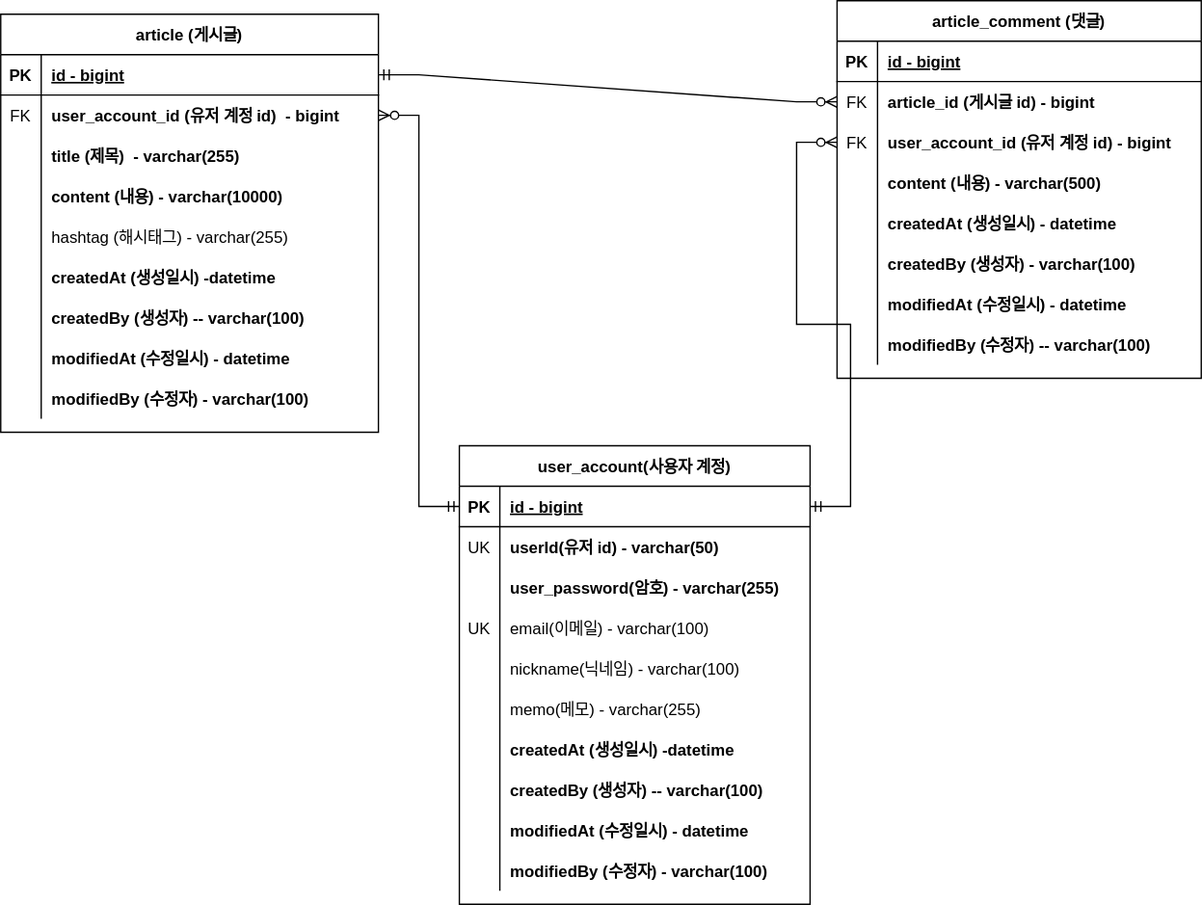
dpwns523/project-board keeps this draw.io diagram as document/project-board-erd.svg. Above is the earlier version. Source tidied: cells renumbered, new cells last; positions are measured from the earlier drawing's top-left corner, leaving out a move shared by most shapes.
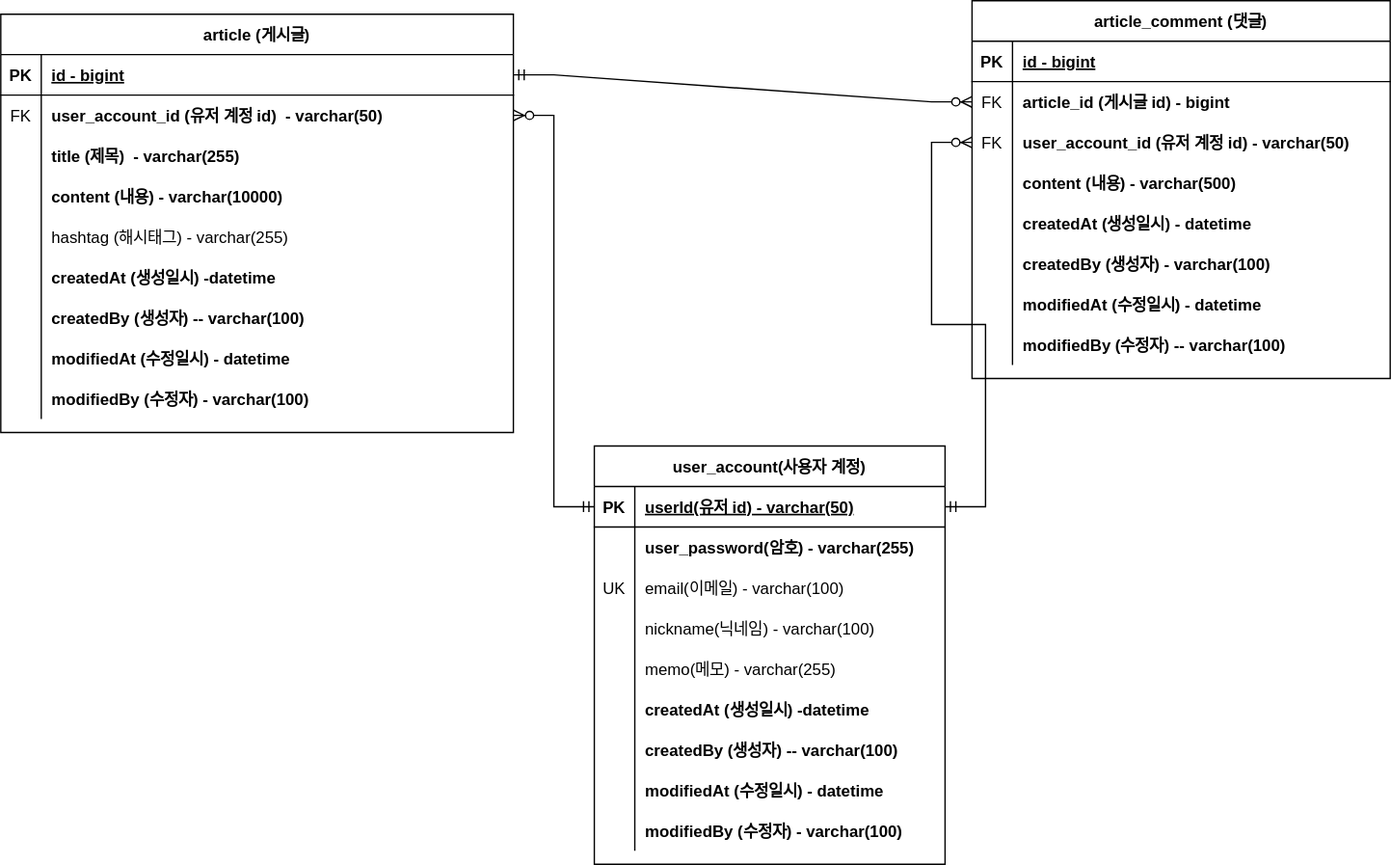
After the commit.

Commit message:
#43 - ERD 문서 수정: 회원 계정 user_id 를 PK 로 변경

회원 계정 기존 `id` 를 삭제하고 `user_id`를 pk로 변경하는 그림 적용
다른 테이블의 외래키도 수정

The edit, as a diff of the source:
```diff
@@ -5,6 +5,6 @@
     <mxCell id="2" value="article (게시글)" style="shape=table;startSize=30;rowLines=0;fontStyle=1;align=center;" parent="1" vertex="1">
-      <mxGeometry y="10" width="280" height="310" as="geometry" />
+      <mxGeometry x="-100" y="10" width="380" height="310" as="geometry" />
     </mxCell>
     <mxCell id="3" style="shape=tableRow;horizontal=0;startSize=0;swimlaneHead=0;swimlaneBody=0;fillColor=none;points=[[0,0.5],[1,0.5]];portConstraint=eastwest;top=0;left=0;right=0;bottom=1;" parent="2" vertex="1">
-      <mxGeometry y="30" width="280" height="30" as="geometry" />
+      <mxGeometry y="30" width="380" height="30" as="geometry" />
     </mxCell>
@@ -14,6 +14,6 @@
     <mxCell id="5" value="id - bigint" style="shape=partialRectangle;fillColor=none;top=0;left=0;bottom=0;right=0;align=left;spacingLeft=6;fontStyle=5;overflow=hidden;" parent="3" vertex="1">
-      <mxGeometry x="30" width="250" height="30" as="geometry" />
+      <mxGeometry x="30" width="350" height="30" as="geometry" />
     </mxCell>
     <mxCell id="6" style="shape=tableRow;horizontal=0;startSize=0;swimlaneHead=0;swimlaneBody=0;fillColor=none;points=[[0,0.5],[1,0.5]];portConstraint=eastwest;top=0;left=0;right=0;bottom=0;" parent="2" vertex="1">
-      <mxGeometry y="60" width="280" height="30" as="geometry" />
+      <mxGeometry y="60" width="380" height="30" as="geometry" />
     </mxCell>
@@ -22,7 +22,7 @@
     </mxCell>
-    <mxCell id="8" value="user_account_id (유저 계정 id)  - bigint" style="shape=partialRectangle;fillColor=none;top=0;left=0;bottom=0;right=0;align=left;spacingLeft=6;overflow=hidden;fontStyle=1;" parent="6" vertex="1">
-      <mxGeometry x="30" width="250" height="30" as="geometry" />
+    <mxCell id="8" value="user_account_id (유저 계정 id)  - varchar(50)" style="shape=partialRectangle;fillColor=none;top=0;left=0;bottom=0;right=0;align=left;spacingLeft=6;overflow=hidden;fontStyle=1;" parent="6" vertex="1">
+      <mxGeometry x="30" width="350" height="30" as="geometry" />
     </mxCell>
     <mxCell id="9" style="shape=tableRow;horizontal=0;startSize=0;swimlaneHead=0;swimlaneBody=0;fillColor=none;top=0;left=0;right=0;bottom=0;" parent="2" vertex="1">
-      <mxGeometry y="90" width="280" height="30" as="geometry" />
+      <mxGeometry y="90" width="380" height="30" as="geometry" />
     </mxCell>
@@ -32,6 +32,6 @@
     <mxCell id="11" value="title (제목)  - varchar(255)" style="shape=partialRectangle;fillColor=none;top=0;left=0;bottom=0;right=0;align=left;spacingLeft=6;overflow=hidden;fontStyle=1;" parent="9" vertex="1">
-      <mxGeometry x="30" width="250" height="30" as="geometry" />
+      <mxGeometry x="30" width="350" height="30" as="geometry" />
     </mxCell>
     <mxCell id="12" style="shape=tableRow;horizontal=0;startSize=0;swimlaneHead=0;swimlaneBody=0;fillColor=none;top=0;left=0;right=0;bottom=0;" parent="2" vertex="1">
-      <mxGeometry y="120" width="280" height="30" as="geometry" />
+      <mxGeometry y="120" width="380" height="30" as="geometry" />
     </mxCell>
@@ -41,6 +41,6 @@
     <mxCell id="14" value="content (내용) - varchar(10000)" style="shape=partialRectangle;fillColor=none;top=0;left=0;bottom=0;right=0;align=left;spacingLeft=6;overflow=hidden;fontStyle=1;" parent="12" vertex="1">
-      <mxGeometry x="30" width="250" height="30" as="geometry" />
+      <mxGeometry x="30" width="350" height="30" as="geometry" />
     </mxCell>
     <mxCell id="15" style="shape=tableRow;horizontal=0;startSize=0;swimlaneHead=0;swimlaneBody=0;fillColor=none;top=0;left=0;right=0;bottom=0;" parent="2" vertex="1">
-      <mxGeometry y="150" width="280" height="30" as="geometry" />
+      <mxGeometry y="150" width="380" height="30" as="geometry" />
     </mxCell>
@@ -50,6 +50,6 @@
     <mxCell id="17" value="hashtag (해시태그) - varchar(255)" style="shape=partialRectangle;fillColor=none;top=0;left=0;bottom=0;right=0;align=left;spacingLeft=6;overflow=hidden;" parent="15" vertex="1">
-      <mxGeometry x="30" width="250" height="30" as="geometry" />
+      <mxGeometry x="30" width="350" height="30" as="geometry" />
     </mxCell>
     <mxCell id="18" style="shape=tableRow;horizontal=0;startSize=0;swimlaneHead=0;swimlaneBody=0;fillColor=none;top=0;left=0;right=0;bottom=0;" parent="2" vertex="1">
-      <mxGeometry y="180" width="280" height="30" as="geometry" />
+      <mxGeometry y="180" width="380" height="30" as="geometry" />
     </mxCell>
@@ -59,6 +59,6 @@
     <mxCell id="20" value="createdAt (생성일시) -datetime" style="shape=partialRectangle;fillColor=none;top=0;left=0;bottom=0;right=0;align=left;spacingLeft=6;overflow=hidden;fontStyle=1;" parent="18" vertex="1">
-      <mxGeometry x="30" width="250" height="30" as="geometry" />
+      <mxGeometry x="30" width="350" height="30" as="geometry" />
     </mxCell>
     <mxCell id="21" style="shape=tableRow;horizontal=0;startSize=0;swimlaneHead=0;swimlaneBody=0;fillColor=none;top=0;left=0;right=0;bottom=0;" parent="2" vertex="1">
-      <mxGeometry y="210" width="280" height="30" as="geometry" />
+      <mxGeometry y="210" width="380" height="30" as="geometry" />
     </mxCell>
@@ -68,6 +68,6 @@
     <mxCell id="23" value="createdBy (생성자) -- varchar(100)" style="shape=partialRectangle;fillColor=none;top=0;left=0;bottom=0;right=0;align=left;spacingLeft=6;overflow=hidden;fontStyle=1;" parent="21" vertex="1">
-      <mxGeometry x="30" width="250" height="30" as="geometry" />
+      <mxGeometry x="30" width="350" height="30" as="geometry" />
     </mxCell>
     <mxCell id="24" style="shape=tableRow;horizontal=0;startSize=0;swimlaneHead=0;swimlaneBody=0;fillColor=none;top=0;left=0;right=0;bottom=0;" parent="2" vertex="1">
-      <mxGeometry y="240" width="280" height="30" as="geometry" />
+      <mxGeometry y="240" width="380" height="30" as="geometry" />
     </mxCell>
@@ -77,6 +77,6 @@
     <mxCell id="26" value="modifiedAt (수정일시) - datetime" style="shape=partialRectangle;fillColor=none;top=0;left=0;bottom=0;right=0;align=left;spacingLeft=6;overflow=hidden;fontStyle=1;" parent="24" vertex="1">
-      <mxGeometry x="30" width="250" height="30" as="geometry" />
+      <mxGeometry x="30" width="350" height="30" as="geometry" />
     </mxCell>
     <mxCell id="27" style="shape=tableRow;horizontal=0;startSize=0;swimlaneHead=0;swimlaneBody=0;fillColor=none;top=0;left=0;right=0;bottom=0;" parent="2" vertex="1">
-      <mxGeometry y="270" width="280" height="30" as="geometry" />
+      <mxGeometry y="270" width="380" height="30" as="geometry" />
     </mxCell>
@@ -86,9 +86,9 @@
     <mxCell id="29" value="modifiedBy (수정자) - varchar(100)" style="shape=partialRectangle;fillColor=none;top=0;left=0;bottom=0;right=0;align=left;spacingLeft=6;overflow=hidden;fontStyle=1;" parent="27" vertex="1">
-      <mxGeometry x="30" width="250" height="30" as="geometry" />
+      <mxGeometry x="30" width="350" height="30" as="geometry" />
     </mxCell>
     <mxCell id="30" value="article_comment (댓글)" style="shape=table;startSize=30;rowLines=0;fontStyle=1;align=center;" parent="1" vertex="1">
-      <mxGeometry x="620" width="270" height="280" as="geometry" />
+      <mxGeometry x="620" width="310" height="280" as="geometry" />
     </mxCell>
     <mxCell id="31" style="shape=tableRow;horizontal=0;startSize=0;swimlaneHead=0;swimlaneBody=0;fillColor=none;top=0;left=0;right=0;bottom=1;" parent="30" vertex="1">
-      <mxGeometry y="30" width="270" height="30" as="geometry" />
+      <mxGeometry y="30" width="310" height="30" as="geometry" />
     </mxCell>
@@ -98,6 +98,6 @@
     <mxCell id="33" value="id - bigint" style="shape=partialRectangle;fillColor=none;top=0;left=0;bottom=0;right=0;align=left;spacingLeft=6;fontStyle=5;overflow=hidden;" parent="31" vertex="1">
-      <mxGeometry x="30" width="240" height="30" as="geometry" />
+      <mxGeometry x="30" width="280" height="30" as="geometry" />
     </mxCell>
     <mxCell id="34" style="shape=tableRow;horizontal=0;startSize=0;swimlaneHead=0;swimlaneBody=0;fillColor=none;points=[[0,0.5],[1,0.5]];portConstraint=eastwest;top=0;left=0;right=0;bottom=0;" parent="30" vertex="1">
-      <mxGeometry y="60" width="270" height="30" as="geometry" />
+      <mxGeometry y="60" width="310" height="30" as="geometry" />
     </mxCell>
@@ -107,6 +107,6 @@
     <mxCell id="36" value="article_id (게시글 id) - bigint" style="shape=partialRectangle;fillColor=none;top=0;left=0;bottom=0;right=0;align=left;spacingLeft=6;overflow=hidden;fontStyle=1;" parent="34" vertex="1">
-      <mxGeometry x="30" width="240" height="30" as="geometry" />
+      <mxGeometry x="30" width="280" height="30" as="geometry" />
     </mxCell>
     <mxCell id="37" style="shape=tableRow;horizontal=0;startSize=0;swimlaneHead=0;swimlaneBody=0;fillColor=none;points=[[0,0.5],[1,0.5]];portConstraint=eastwest;top=0;left=0;right=0;bottom=0;" parent="30" vertex="1">
-      <mxGeometry y="90" width="270" height="30" as="geometry" />
+      <mxGeometry y="90" width="310" height="30" as="geometry" />
     </mxCell>
@@ -115,7 +115,7 @@
     </mxCell>
-    <mxCell id="39" value="user_account_id (유저 계정 id) - bigint" style="shape=partialRectangle;fillColor=none;top=0;left=0;bottom=0;right=0;align=left;spacingLeft=6;overflow=hidden;fontStyle=1;" parent="37" vertex="1">
-      <mxGeometry x="30" width="240" height="30" as="geometry" />
+    <mxCell id="39" value="user_account_id (유저 계정 id) - varchar(50)" style="shape=partialRectangle;fillColor=none;top=0;left=0;bottom=0;right=0;align=left;spacingLeft=6;overflow=hidden;fontStyle=1;" parent="37" vertex="1">
+      <mxGeometry x="30" width="280" height="30" as="geometry" />
     </mxCell>
     <mxCell id="40" style="shape=tableRow;horizontal=0;startSize=0;swimlaneHead=0;swimlaneBody=0;fillColor=none;top=0;left=0;right=0;bottom=0;" parent="30" vertex="1">
-      <mxGeometry y="120" width="270" height="30" as="geometry" />
+      <mxGeometry y="120" width="310" height="30" as="geometry" />
     </mxCell>
@@ -125,6 +125,6 @@
     <mxCell id="42" value="content (내용) - varchar(500)" style="shape=partialRectangle;fillColor=none;top=0;left=0;bottom=0;right=0;align=left;spacingLeft=6;overflow=hidden;fontStyle=1;" parent="40" vertex="1">
-      <mxGeometry x="30" width="240" height="30" as="geometry" />
+      <mxGeometry x="30" width="280" height="30" as="geometry" />
     </mxCell>
     <mxCell id="43" style="shape=tableRow;horizontal=0;startSize=0;swimlaneHead=0;swimlaneBody=0;fillColor=none;top=0;left=0;right=0;bottom=0;" parent="30" vertex="1">
-      <mxGeometry y="150" width="270" height="30" as="geometry" />
+      <mxGeometry y="150" width="310" height="30" as="geometry" />
     </mxCell>
@@ -134,6 +134,6 @@
     <mxCell id="45" value="createdAt (생성일시) - datetime" style="shape=partialRectangle;fillColor=none;top=0;left=0;bottom=0;right=0;align=left;spacingLeft=6;overflow=hidden;fontStyle=1;" parent="43" vertex="1">
-      <mxGeometry x="30" width="240" height="30" as="geometry" />
+      <mxGeometry x="30" width="280" height="30" as="geometry" />
     </mxCell>
     <mxCell id="46" style="shape=tableRow;horizontal=0;startSize=0;swimlaneHead=0;swimlaneBody=0;fillColor=none;top=0;left=0;right=0;bottom=0;" parent="30" vertex="1">
-      <mxGeometry y="180" width="270" height="30" as="geometry" />
+      <mxGeometry y="180" width="310" height="30" as="geometry" />
     </mxCell>
@@ -143,6 +143,6 @@
     <mxCell id="48" value="createdBy (생성자) - varchar(100)" style="shape=partialRectangle;fillColor=none;top=0;left=0;bottom=0;right=0;align=left;spacingLeft=6;overflow=hidden;fontStyle=1;" parent="46" vertex="1">
-      <mxGeometry x="30" width="240" height="30" as="geometry" />
+      <mxGeometry x="30" width="280" height="30" as="geometry" />
     </mxCell>
     <mxCell id="49" style="shape=tableRow;horizontal=0;startSize=0;swimlaneHead=0;swimlaneBody=0;fillColor=none;top=0;left=0;right=0;bottom=0;" parent="30" vertex="1">
-      <mxGeometry y="210" width="270" height="30" as="geometry" />
+      <mxGeometry y="210" width="310" height="30" as="geometry" />
     </mxCell>
@@ -152,6 +152,6 @@
     <mxCell id="51" value="modifiedAt (수정일시) - datetime" style="shape=partialRectangle;fillColor=none;top=0;left=0;bottom=0;right=0;align=left;spacingLeft=6;overflow=hidden;fontStyle=1;" parent="49" vertex="1">
-      <mxGeometry x="30" width="240" height="30" as="geometry" />
+      <mxGeometry x="30" width="280" height="30" as="geometry" />
     </mxCell>
     <mxCell id="52" style="shape=tableRow;horizontal=0;startSize=0;swimlaneHead=0;swimlaneBody=0;fillColor=none;top=0;left=0;right=0;bottom=0;" parent="30" vertex="1">
-      <mxGeometry y="240" width="270" height="30" as="geometry" />
+      <mxGeometry y="240" width="310" height="30" as="geometry" />
     </mxCell>
@@ -161,3 +161,3 @@
     <mxCell id="54" value="modifiedBy (수정자) -- varchar(100)" style="shape=partialRectangle;fillColor=none;top=0;left=0;bottom=0;right=0;align=left;spacingLeft=6;overflow=hidden;fontStyle=1;" parent="52" vertex="1">
-      <mxGeometry x="30" width="240" height="30" as="geometry" />
+      <mxGeometry x="30" width="280" height="30" as="geometry" />
     </mxCell>
@@ -167,3 +167,3 @@
     <mxCell id="56" value="user_account(사용자 계정)" style="shape=table;startSize=30;rowLines=0;fontStyle=1;align=center;" parent="1" vertex="1">
-      <mxGeometry x="340" y="330" width="260" height="340" as="geometry" />
+      <mxGeometry x="340" y="330" width="260" height="310" as="geometry" />
     </mxCell>
@@ -175,16 +175,7 @@
     </mxCell>
-    <mxCell id="59" value="id - bigint" style="shape=partialRectangle;fillColor=none;top=0;left=0;bottom=0;right=0;align=left;spacingLeft=6;fontStyle=5;overflow=hidden;" parent="57" vertex="1">
+    <mxCell id="59" value="userId(유저 id) - varchar(50)" style="shape=partialRectangle;fillColor=none;top=0;left=0;bottom=0;right=0;align=left;spacingLeft=6;fontStyle=5;overflow=hidden;" parent="57" vertex="1">
       <mxGeometry x="30" width="230" height="30" as="geometry" />
     </mxCell>
-    <mxCell id="60" style="shape=tableRow;horizontal=0;startSize=0;swimlaneHead=0;swimlaneBody=0;fillColor=none;top=0;left=0;right=0;bottom=0;" parent="56" vertex="1">
-      <mxGeometry y="60" width="260" height="30" as="geometry" />
-    </mxCell>
-    <mxCell id="61" value="UK" style="shape=partialRectangle;fillColor=none;top=0;left=0;bottom=0;right=0;overflow=hidden;" parent="60" vertex="1">
-      <mxGeometry width="30" height="30" as="geometry" />
-    </mxCell>
-    <mxCell id="62" value="userId(유저 id) - varchar(50)" style="shape=partialRectangle;fillColor=none;top=0;left=0;bottom=0;right=0;align=left;spacingLeft=6;overflow=hidden;fontStyle=1;" parent="60" vertex="1">
-      <mxGeometry x="30" width="230" height="30" as="geometry" />
-    </mxCell>
     <mxCell id="63" style="shape=tableRow;horizontal=0;startSize=0;swimlaneHead=0;swimlaneBody=0;fillColor=none;top=0;left=0;right=0;bottom=0;" parent="56" vertex="1">
-      <mxGeometry y="90" width="260" height="30" as="geometry" />
+      <mxGeometry y="60" width="260" height="30" as="geometry" />
     </mxCell>
@@ -197,3 +188,3 @@
     <mxCell id="66" style="shape=tableRow;horizontal=0;startSize=0;swimlaneHead=0;swimlaneBody=0;fillColor=none;top=0;left=0;right=0;bottom=0;" parent="56" vertex="1">
-      <mxGeometry y="120" width="260" height="30" as="geometry" />
+      <mxGeometry y="90" width="260" height="30" as="geometry" />
     </mxCell>
@@ -206,3 +197,3 @@
     <mxCell id="69" style="shape=tableRow;horizontal=0;startSize=0;swimlaneHead=0;swimlaneBody=0;fillColor=none;top=0;left=0;right=0;bottom=0;" parent="56" vertex="1">
-      <mxGeometry y="150" width="260" height="30" as="geometry" />
+      <mxGeometry y="120" width="260" height="30" as="geometry" />
     </mxCell>
@@ -215,3 +206,3 @@
     <mxCell id="72" style="shape=tableRow;horizontal=0;startSize=0;swimlaneHead=0;swimlaneBody=0;fillColor=none;top=0;left=0;right=0;bottom=0;" parent="56" vertex="1">
-      <mxGeometry y="180" width="260" height="30" as="geometry" />
+      <mxGeometry y="150" width="260" height="30" as="geometry" />
     </mxCell>
@@ -224,3 +215,3 @@
     <mxCell id="75" style="shape=tableRow;horizontal=0;startSize=0;swimlaneHead=0;swimlaneBody=0;fillColor=none;top=0;left=0;right=0;bottom=0;" parent="56" vertex="1">
-      <mxGeometry y="210" width="260" height="30" as="geometry" />
+      <mxGeometry y="180" width="260" height="30" as="geometry" />
     </mxCell>
@@ -233,3 +224,3 @@
     <mxCell id="78" style="shape=tableRow;horizontal=0;startSize=0;swimlaneHead=0;swimlaneBody=0;fillColor=none;top=0;left=0;right=0;bottom=0;" parent="56" vertex="1">
-      <mxGeometry y="240" width="260" height="30" as="geometry" />
+      <mxGeometry y="210" width="260" height="30" as="geometry" />
     </mxCell>
@@ -242,3 +233,3 @@
     <mxCell id="81" style="shape=tableRow;horizontal=0;startSize=0;swimlaneHead=0;swimlaneBody=0;fillColor=none;top=0;left=0;right=0;bottom=0;" parent="56" vertex="1">
-      <mxGeometry y="270" width="260" height="30" as="geometry" />
+      <mxGeometry y="240" width="260" height="30" as="geometry" />
     </mxCell>
@@ -251,3 +242,3 @@
     <mxCell id="84" style="shape=tableRow;horizontal=0;startSize=0;swimlaneHead=0;swimlaneBody=0;fillColor=none;top=0;left=0;right=0;bottom=0;" parent="56" vertex="1">
-      <mxGeometry y="300" width="260" height="30" as="geometry" />
+      <mxGeometry y="270" width="260" height="30" as="geometry" />
     </mxCell>
```
